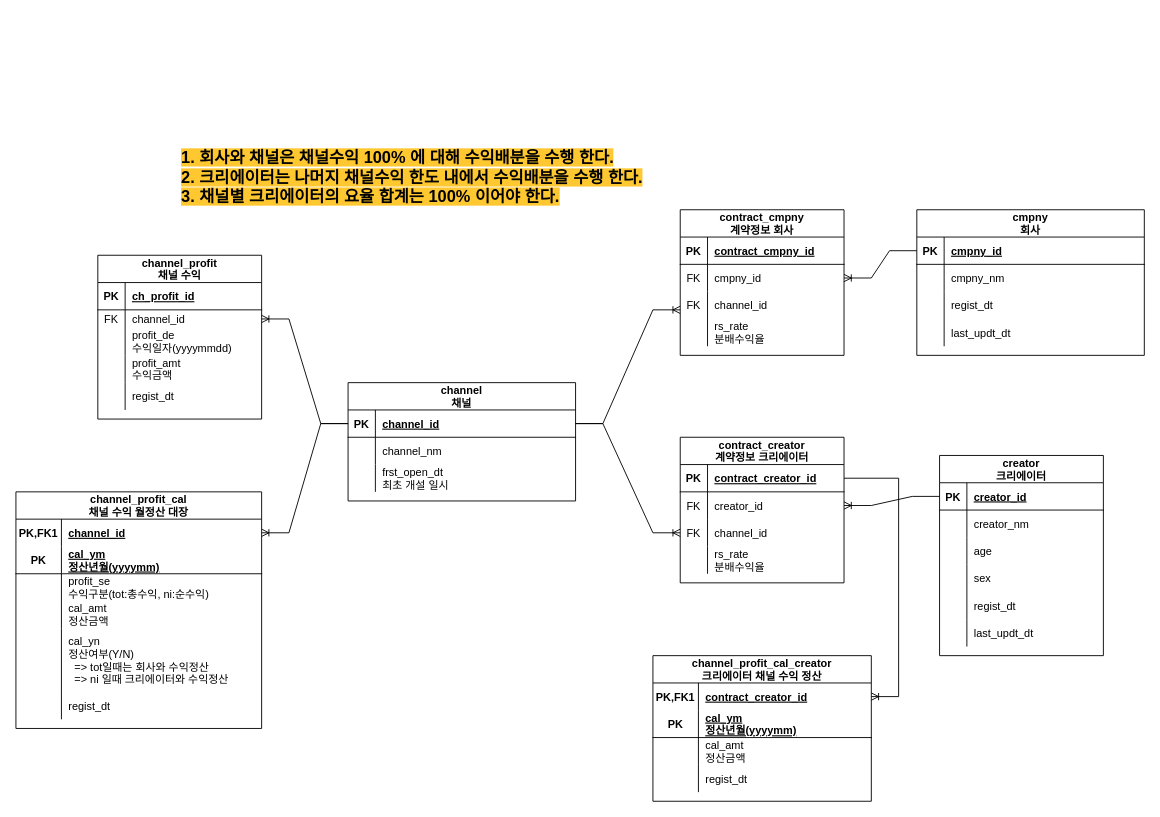
minkyu1128/DomainDesign keeps this draw.io diagram as RevenueShare.drawio. Above is the earlier version. Source tidied: cells renumbered, new cells numbered last; positions are measured from the earlier drawing's top-left corner, leaving out a move shared by most shapes. Both pictures are drawn from the tidied source at 91%, with x=0, y=0 at pixel (15, 141).
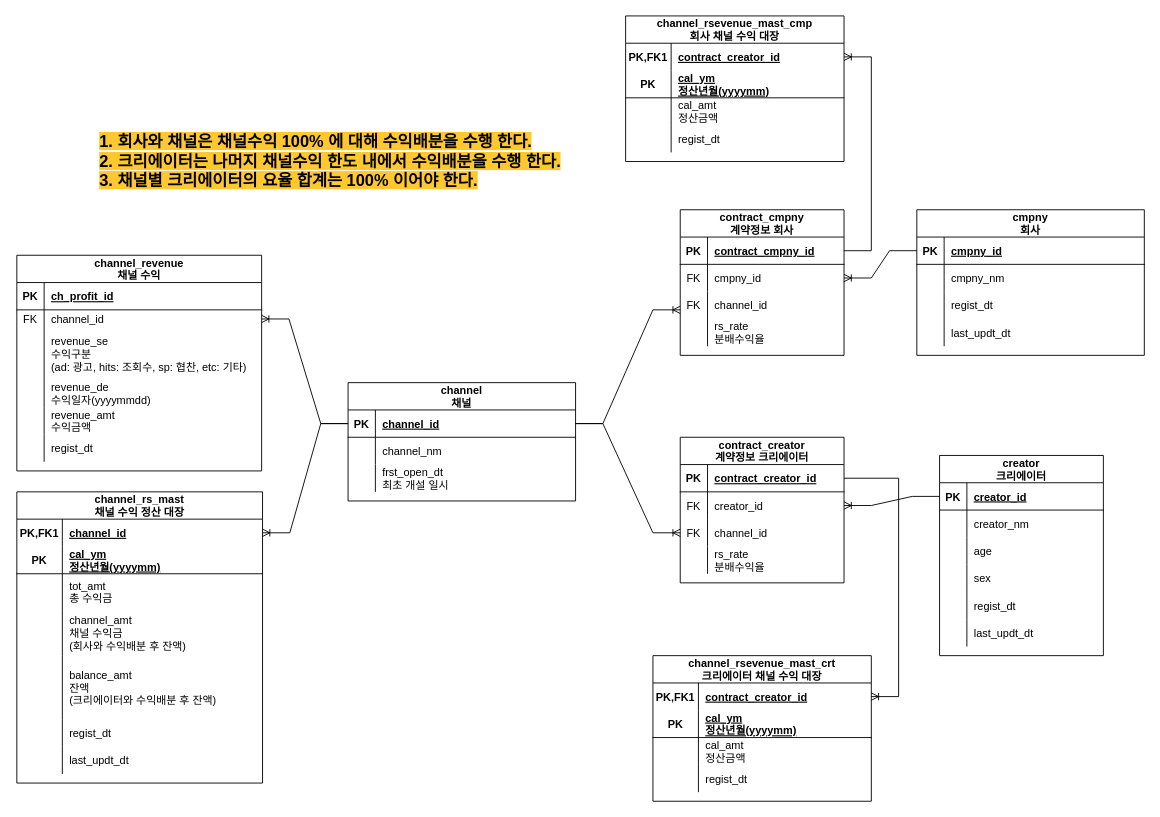
The same page after the edit.

The change refers to these unchanged cells:
```xml
<mxCell id="45" style="shape=tableRow;horizontal=0;startSize=0;swimlaneHead=0;swimlaneBody=0;fillColor=none;points=[[0,0.5],[1,0.5]];portConstraint=eastwest;top=0;left=0;right=0;bottom=1;" parent="44" vertex="1">
  <mxGeometry y="30" width="180" height="30" as="geometry" />
</mxCell>
```

The edit, as a diff of the source:
```diff
@@
-    <mxCell id="70" value="channel_profit&#10;채널 수익" style="shape=table;startSize=30;childLayout=tableLayout;rowLines=0;fontStyle=1;align=center;" parent="1" vertex="1">
-      <mxGeometry x="90" y="125" width="180" height="180" as="geometry" />
+    <mxCell id="70" value="channel_revenue&#10;채널 수익" style="shape=table;startSize=30;childLayout=tableLayout;rowLines=0;fontStyle=1;align=center;" parent="1" vertex="1">
+      <mxGeometry x="1" y="125" width="269" height="237" as="geometry" />
     </mxCell>
     <mxCell id="71" style="shape=tableRow;horizontal=0;startSize=0;swimlaneHead=0;swimlaneBody=0;fillColor=none;top=0;left=0;right=0;bottom=1;" parent="70" vertex="1">
-      <mxGeometry y="30" width="180" height="30" as="geometry" />
+      <mxGeometry y="30" width="269" height="30" as="geometry" />
     </mxCell>
@@
     <mxCell id="73" value="ch_profit_id" style="shape=partialRectangle;fillColor=none;top=0;left=0;bottom=0;right=0;align=left;spacingLeft=6;fontStyle=5;overflow=hidden;" parent="71" vertex="1">
-      <mxGeometry x="30" width="150" height="30" as="geometry" />
+      <mxGeometry x="30" width="239" height="30" as="geometry" />
     </mxCell>
     <mxCell id="74" style="shape=tableRow;horizontal=0;startSize=0;swimlaneHead=0;swimlaneBody=0;fillColor=none;points=[[0,0.5],[1,0.5]];portConstraint=eastwest;top=0;left=0;right=0;bottom=0;" parent="70" vertex="1">
-      <mxGeometry y="60" width="180" height="20" as="geometry" />
+      <mxGeometry y="60" width="269" height="20" as="geometry" />
     </mxCell>
@@
     <mxCell id="76" value="channel_id" style="shape=partialRectangle;fillColor=none;top=0;left=0;bottom=0;right=0;align=left;spacingLeft=6;fontStyle=0;overflow=hidden;" parent="74" vertex="1">
-      <mxGeometry x="30" width="150" height="20" as="geometry" />
+      <mxGeometry x="30" width="239" height="20" as="geometry" />
     </mxCell>
+    <mxCell id="127" style="shape=tableRow;horizontal=0;startSize=0;swimlaneHead=0;swimlaneBody=0;fillColor=none;top=0;left=0;right=0;bottom=0;" parent="70" vertex="1">
+      <mxGeometry y="80" width="269" height="57" as="geometry" />
+    </mxCell>
+    <mxCell id="128" style="shape=partialRectangle;fillColor=none;top=0;left=0;bottom=0;right=0;overflow=hidden;" parent="127" vertex="1">
+      <mxGeometry width="30" height="57" as="geometry" />
+    </mxCell>
+    <mxCell id="129" value="revenue_se&#10;수익구분&#10;(ad: 광고, hits: 조회수, sp: 협찬, etc: 기타)" style="shape=partialRectangle;fillColor=none;top=0;left=0;bottom=0;right=0;align=left;spacingLeft=6;overflow=hidden;" parent="127" vertex="1">
+      <mxGeometry x="30" width="239" height="57" as="geometry" />
+    </mxCell>
     <mxCell id="77" style="shape=tableRow;horizontal=0;startSize=0;swimlaneHead=0;swimlaneBody=0;fillColor=none;top=0;left=0;right=0;bottom=0;" parent="70" vertex="1">
-      <mxGeometry y="80" width="180" height="30" as="geometry" />
+      <mxGeometry y="137" width="269" height="30" as="geometry" />
     </mxCell>
@@
-    <mxCell id="79" value="profit_de&#10;수익일자(yyyymmdd)" style="shape=partialRectangle;fillColor=none;top=0;left=0;bottom=0;right=0;align=left;spacingLeft=6;overflow=hidden;" parent="77" vertex="1">
-      <mxGeometry x="30" width="150" height="30" as="geometry" />
+    <mxCell id="79" value="revenue_de&#10;수익일자(yyyymmdd)" style="shape=partialRectangle;fillColor=none;top=0;left=0;bottom=0;right=0;align=left;spacingLeft=6;overflow=hidden;" parent="77" vertex="1">
+      <mxGeometry x="30" width="239" height="30" as="geometry" />
     </mxCell>
     <mxCell id="80" style="shape=tableRow;horizontal=0;startSize=0;swimlaneHead=0;swimlaneBody=0;fillColor=none;top=0;left=0;right=0;bottom=0;" parent="70" vertex="1">
-      <mxGeometry y="110" width="180" height="30" as="geometry" />
+      <mxGeometry y="167" width="269" height="30" as="geometry" />
     </mxCell>
@@
-    <mxCell id="82" value="profit_amt&#10;수익금액" style="shape=partialRectangle;fillColor=none;top=0;left=0;bottom=0;right=0;align=left;spacingLeft=6;overflow=hidden;" parent="80" vertex="1">
-      <mxGeometry x="30" width="150" height="30" as="geometry" />
+    <mxCell id="82" value="revenue_amt&#10;수익금액" style="shape=partialRectangle;fillColor=none;top=0;left=0;bottom=0;right=0;align=left;spacingLeft=6;overflow=hidden;" parent="80" vertex="1">
+      <mxGeometry x="30" width="239" height="30" as="geometry" />
     </mxCell>
     <mxCell id="83" style="shape=tableRow;horizontal=0;startSize=0;swimlaneHead=0;swimlaneBody=0;fillColor=none;top=0;left=0;right=0;bottom=0;" parent="70" vertex="1">
-      <mxGeometry y="140" width="180" height="30" as="geometry" />
+      <mxGeometry y="197" width="269" height="30" as="geometry" />
     </mxCell>
@@
     <mxCell id="85" value="regist_dt" style="shape=partialRectangle;fillColor=none;top=0;left=0;bottom=0;right=0;align=left;spacingLeft=6;overflow=hidden;" parent="83" vertex="1">
-      <mxGeometry x="30" width="150" height="30" as="geometry" />
+      <mxGeometry x="30" width="239" height="30" as="geometry" />
     </mxCell>
@@
     <mxCell id="91" value="&lt;h2&gt;&lt;span style=&quot;background-color: rgb(255, 200, 48);&quot;&gt;1. 회사와 채널은 채널수익 100% 에 대해 수익배분을 수행 한다.&lt;br&gt;&lt;/span&gt;&lt;span style=&quot;background-color: rgb(255, 200, 48);&quot;&gt;2. 크리에이터는 나머지 채널수익 한도 내에서 수익배분을 수행 한다.&lt;br&gt;&lt;/span&gt;&lt;span style=&quot;background-color: rgb(255, 200, 48);&quot;&gt;3. 채널별 크리에이터의 요율 합계는 100% 이어야 한다.&lt;/span&gt;&lt;/h2&gt;" style="text;html=1;align=left;verticalAlign=middle;strokeColor=none;fillColor=none;" parent="1" vertex="1">
-      <mxGeometry x="180" width="560" height="80" as="geometry" />
+      <mxGeometry x="90" y="-18" width="560" height="80" as="geometry" />
     </mxCell>
-    <mxCell id="92" value="channel_profit_cal&#10;채널 수익 월정산 대장" style="shape=table;startSize=30;childLayout=tableLayout;rowLines=0;fontStyle=1;align=center;labelBackgroundColor=none;" parent="1" vertex="1">
-      <mxGeometry y="385" width="270" height="260" as="geometry" />
+    <mxCell id="92" value="channel_rs_mast&#10;채널 수익 정산 대장" style="shape=table;startSize=30;childLayout=tableLayout;rowLines=0;fontStyle=1;align=center;labelBackgroundColor=none;" parent="1" vertex="1">
+      <mxGeometry x="1" y="385" width="270" height="320" as="geometry" />
     </mxCell>
@@
     <mxCell id="99" style="shape=tableRow;horizontal=0;startSize=0;swimlaneHead=0;swimlaneBody=0;fillColor=none;top=0;left=0;right=0;bottom=0;labelBackgroundColor=#FFC830;" parent="92" vertex="1">
-      <mxGeometry y="90" width="270" height="30" as="geometry" />
+      <mxGeometry y="90" width="270" height="40" as="geometry" />
     </mxCell>
     <mxCell id="100" style="shape=partialRectangle;fillColor=none;top=0;left=0;bottom=0;right=0;overflow=hidden;labelBackgroundColor=none;" parent="99" vertex="1">
-      <mxGeometry width="50" height="30" as="geometry" />
+      <mxGeometry width="50" height="40" as="geometry" />
     </mxCell>
-    <mxCell id="101" value="profit_se&#10;수익구분(tot:총수익, ni:순수익)" style="shape=partialRectangle;fillColor=none;top=0;left=0;bottom=0;right=0;align=left;spacingLeft=6;overflow=hidden;labelBackgroundColor=none;" parent="99" vertex="1">
-      <mxGeometry x="50" width="220" height="30" as="geometry" />
+    <mxCell id="101" value="tot_amt&#10;총 수익금" style="shape=partialRectangle;fillColor=none;top=0;left=0;bottom=0;right=0;align=left;spacingLeft=6;overflow=hidden;labelBackgroundColor=none;" parent="99" vertex="1">
+      <mxGeometry x="50" width="220" height="40" as="geometry" />
     </mxCell>
     <mxCell id="102" style="shape=tableRow;horizontal=0;startSize=0;swimlaneHead=0;swimlaneBody=0;fillColor=none;top=0;left=0;right=0;bottom=0;labelBackgroundColor=#FFC830;" parent="92" vertex="1">
-      <mxGeometry y="120" width="270" height="30" as="geometry" />
+      <mxGeometry y="130" width="270" height="50" as="geometry" />
     </mxCell>
     <mxCell id="103" style="shape=partialRectangle;fillColor=none;top=0;left=0;bottom=0;right=0;overflow=hidden;labelBackgroundColor=none;" parent="102" vertex="1">
-      <mxGeometry width="50" height="30" as="geometry" />
+      <mxGeometry width="50" height="50" as="geometry" />
     </mxCell>
-    <mxCell id="104" value="cal_amt&#10;정산금액" style="shape=partialRectangle;fillColor=none;top=0;left=0;bottom=0;right=0;align=left;spacingLeft=6;overflow=hidden;labelBackgroundColor=none;" parent="102" vertex="1">
-      <mxGeometry x="50" width="220" height="30" as="geometry" />
+    <mxCell id="104" value="channel_amt&#10;채널 수익금&#10;(회사와 수익배분 후 잔액)" style="shape=partialRectangle;fillColor=none;top=0;left=0;bottom=0;right=0;align=left;spacingLeft=6;overflow=hidden;labelBackgroundColor=none;" parent="102" vertex="1">
+      <mxGeometry x="50" width="220" height="50" as="geometry" />
     </mxCell>
     <mxCell id="105" style="shape=tableRow;horizontal=0;startSize=0;swimlaneHead=0;swimlaneBody=0;fillColor=none;top=0;left=0;right=0;bottom=0;labelBackgroundColor=#FFC830;" parent="92" vertex="1">
-      <mxGeometry y="150" width="270" height="70" as="geometry" />
+      <mxGeometry y="180" width="270" height="70" as="geometry" />
     </mxCell>
@@
-    <mxCell id="107" value="cal_yn&#10;정산여부(Y/N)&#10;  =&gt; tot일때는 회사와 수익정산&#10;  =&gt; ni 일때 크리에이터와 수익정산" style="shape=partialRectangle;fillColor=none;top=0;left=0;bottom=0;right=0;align=left;spacingLeft=6;overflow=hidden;labelBackgroundColor=none;" parent="105" vertex="1">
+    <mxCell id="107" value="balance_amt&#10;잔액&#10;(크리에이터와 수익배분 후 잔액)" style="shape=partialRectangle;fillColor=none;top=0;left=0;bottom=0;right=0;align=left;spacingLeft=6;overflow=hidden;labelBackgroundColor=none;" parent="105" vertex="1">
       <mxGeometry x="50" width="220" height="70" as="geometry" />
     </mxCell>
     <mxCell id="108" style="shape=tableRow;horizontal=0;startSize=0;swimlaneHead=0;swimlaneBody=0;fillColor=none;top=0;left=0;right=0;bottom=0;labelBackgroundColor=#FFC830;" parent="92" vertex="1">
-      <mxGeometry y="220" width="270" height="30" as="geometry" />
+      <mxGeometry y="250" width="270" height="30" as="geometry" />
     </mxCell>
@@
+    <mxCell id="130" style="shape=tableRow;horizontal=0;startSize=0;swimlaneHead=0;swimlaneBody=0;fillColor=none;top=0;left=0;right=0;bottom=0;labelBackgroundColor=#FFC830;" parent="92" vertex="1">
+      <mxGeometry y="280" width="270" height="30" as="geometry" />
+    </mxCell>
+    <mxCell id="131" style="shape=partialRectangle;fillColor=none;top=0;left=0;bottom=0;right=0;overflow=hidden;labelBackgroundColor=none;" parent="130" vertex="1">
+      <mxGeometry width="50" height="30" as="geometry" />
+    </mxCell>
+    <mxCell id="132" value="last_updt_dt" style="shape=partialRectangle;fillColor=none;top=0;left=0;bottom=0;right=0;align=left;spacingLeft=6;overflow=hidden;labelBackgroundColor=none;" parent="130" vertex="1">
+      <mxGeometry x="50" width="220" height="30" as="geometry" />
+    </mxCell>
@@
-    <mxCell id="113" value="channel_profit_cal_creator&#10;크리에이터 채널 수익 정산" style="shape=table;startSize=30;childLayout=tableLayout;rowLines=0;fontStyle=1;align=center;labelBackgroundColor=none;" parent="1" vertex="1">
+    <mxCell id="113" value="channel_rsevenue_mast_crt&#10;크리에이터 채널 수익 대장" style="shape=table;startSize=30;childLayout=tableLayout;rowLines=0;fontStyle=1;align=center;labelBackgroundColor=none;" parent="1" vertex="1">
       <mxGeometry x="700" y="565" width="240" height="160" as="geometry" />
     </mxCell>
@@
+    <mxCell id="133" value="channel_rsevenue_mast_cmp&#10;회사 채널 수익 대장" style="shape=table;startSize=30;childLayout=tableLayout;rowLines=0;fontStyle=1;align=center;labelBackgroundColor=none;" parent="1" vertex="1">
+      <mxGeometry x="670" y="-138" width="240" height="160" as="geometry" />
+    </mxCell>
+    <mxCell id="134" style="shape=tableRow;horizontal=0;startSize=0;swimlaneHead=0;swimlaneBody=0;fillColor=none;points=[[0,0.5],[1,0.5]];portConstraint=eastwest;top=0;left=0;right=0;bottom=0;labelBackgroundColor=none;" parent="133" vertex="1">
+      <mxGeometry y="30" width="240" height="30" as="geometry" />
+    </mxCell>
+    <mxCell id="135" value="PK,FK1" style="shape=partialRectangle;fillColor=none;top=0;left=0;bottom=0;right=0;fontStyle=1;overflow=hidden;labelBackgroundColor=none;" parent="134" vertex="1">
+      <mxGeometry width="50" height="30" as="geometry" />
+    </mxCell>
+    <mxCell id="136" value="contract_creator_id" style="shape=partialRectangle;fillColor=none;top=0;left=0;bottom=0;right=0;align=left;spacingLeft=6;fontStyle=5;overflow=hidden;labelBackgroundColor=none;" parent="134" vertex="1">
+      <mxGeometry x="50" width="190" height="30" as="geometry" />
+    </mxCell>
+    <mxCell id="137" style="shape=tableRow;horizontal=0;startSize=0;swimlaneHead=0;swimlaneBody=0;fillColor=none;top=0;left=0;right=0;bottom=1;labelBackgroundColor=none;" parent="133" vertex="1">
+      <mxGeometry y="60" width="240" height="30" as="geometry" />
+    </mxCell>
+    <mxCell id="138" value="PK" style="shape=partialRectangle;fillColor=none;top=0;left=0;bottom=0;right=0;fontStyle=1;overflow=hidden;labelBackgroundColor=none;" parent="137" vertex="1">
+      <mxGeometry width="50" height="30" as="geometry" />
+    </mxCell>
+    <mxCell id="139" value="cal_ym&#10;정산년월(yyyymm)" style="shape=partialRectangle;fillColor=none;top=0;left=0;bottom=0;right=0;align=left;spacingLeft=6;fontStyle=5;overflow=hidden;labelBackgroundColor=none;" parent="137" vertex="1">
+      <mxGeometry x="50" width="190" height="30" as="geometry" />
+    </mxCell>
+    <mxCell id="140" style="shape=tableRow;horizontal=0;startSize=0;swimlaneHead=0;swimlaneBody=0;fillColor=none;top=0;left=0;right=0;bottom=0;labelBackgroundColor=#FFC830;" parent="133" vertex="1">
+      <mxGeometry y="90" width="240" height="30" as="geometry" />
+    </mxCell>
+    <mxCell id="141" style="shape=partialRectangle;fillColor=none;top=0;left=0;bottom=0;right=0;overflow=hidden;labelBackgroundColor=none;" parent="140" vertex="1">
+      <mxGeometry width="50" height="30" as="geometry" />
+    </mxCell>
+    <mxCell id="142" value="cal_amt&#10;정산금액" style="shape=partialRectangle;fillColor=none;top=0;left=0;bottom=0;right=0;align=left;spacingLeft=6;overflow=hidden;labelBackgroundColor=none;" parent="140" vertex="1">
+      <mxGeometry x="50" width="190" height="30" as="geometry" />
+    </mxCell>
+    <mxCell id="143" style="shape=tableRow;horizontal=0;startSize=0;swimlaneHead=0;swimlaneBody=0;fillColor=none;top=0;left=0;right=0;bottom=0;labelBackgroundColor=#FFC830;" parent="133" vertex="1">
+      <mxGeometry y="120" width="240" height="30" as="geometry" />
+    </mxCell>
+    <mxCell id="144" style="shape=partialRectangle;fillColor=none;top=0;left=0;bottom=0;right=0;overflow=hidden;labelBackgroundColor=none;" parent="143" vertex="1">
+      <mxGeometry width="50" height="30" as="geometry" />
+    </mxCell>
+    <mxCell id="145" value="regist_dt" style="shape=partialRectangle;fillColor=none;top=0;left=0;bottom=0;right=0;align=left;spacingLeft=6;overflow=hidden;labelBackgroundColor=none;" parent="143" vertex="1">
+      <mxGeometry x="50" width="190" height="30" as="geometry" />
+    </mxCell>
+    <mxCell id="146" style="edgeStyle=entityRelationEdgeStyle;fontSize=12;html=1;endArrow=ERoneToMany;rounded=0;entryX=1;entryY=0.5;entryDx=0;entryDy=0;" parent="1" edge="1" source="45" target="134">
+      <mxGeometry relative="1" as="geometry" />
+    </mxCell>
```
